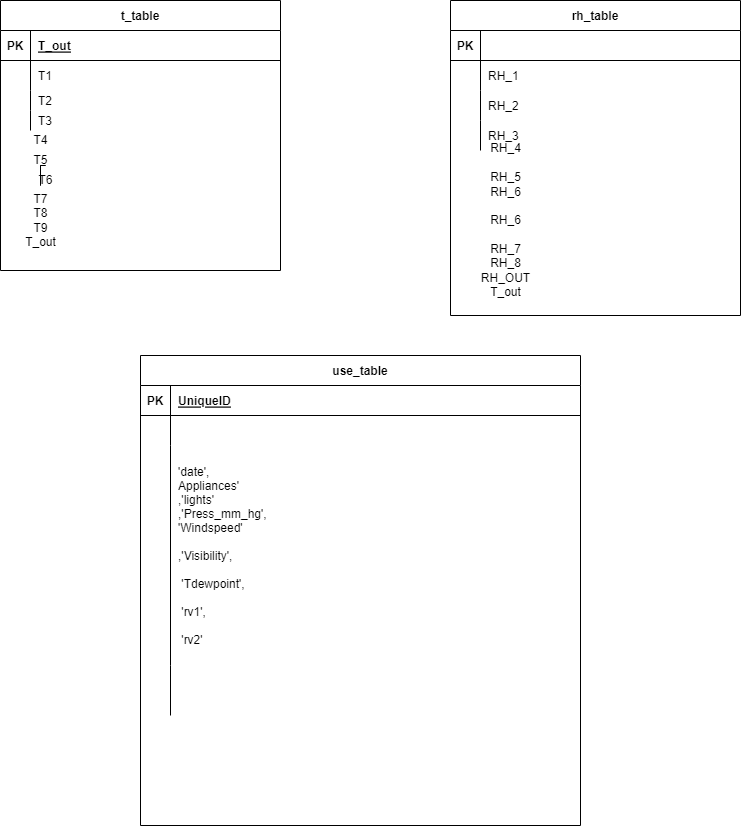
The draw.io diagram DATA MODEL AND WAREHOUSE/table_str.drawio.png in asjad895/DATA-ENGINEERING, before a commit. Source tidied: cells renumbered, new cells last; positions are measured from the earlier drawing's top-left corner, leaving out a move shared by most shapes.
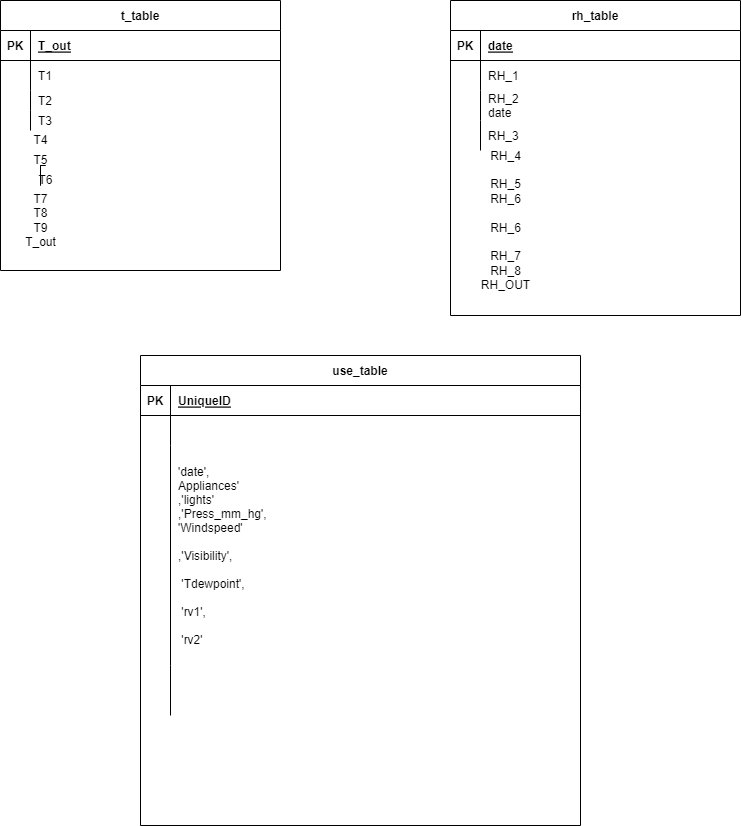
The same diagram one commit later.

The edit, as a diff of the source:
```diff
@@ -50,7 +50,7 @@
     <mxCell id="17" value="PK" style="shape=partialRectangle;fillColor=none;top=0;left=0;bottom=0;right=0;fontStyle=1;overflow=hidden;" parent="16" vertex="1">
       <mxGeometry width="30" height="30" as="geometry" />
     </mxCell>
-    <mxCell id="18" style="shape=partialRectangle;fillColor=none;top=0;left=0;bottom=0;right=0;align=left;spacingLeft=6;fontStyle=5;overflow=hidden;" parent="16" vertex="1">
+    <mxCell id="18" value="date" style="shape=partialRectangle;fillColor=none;top=0;left=0;bottom=0;right=0;align=left;spacingLeft=6;fontStyle=5;overflow=hidden;" parent="16" vertex="1">
       <mxGeometry x="30" width="260" height="30" as="geometry" />
     </mxCell>
     <mxCell id="19" style="shape=tableRow;horizontal=0;startSize=0;swimlaneHead=0;swimlaneBody=0;fillColor=none;top=0;left=0;right=0;bottom=0;" parent="15" vertex="1">
@@ -68,7 +68,7 @@
     <mxCell id="23" style="shape=partialRectangle;fillColor=none;top=0;left=0;bottom=0;right=0;overflow=hidden;" parent="22" vertex="1">
       <mxGeometry width="30" height="30" as="geometry" />
     </mxCell>
-    <mxCell id="24" value="RH_2" style="shape=partialRectangle;fillColor=none;top=0;left=0;bottom=0;right=0;align=left;spacingLeft=6;overflow=hidden;" parent="22" vertex="1">
+    <mxCell id="24" value="RH_2&#10;date" style="shape=partialRectangle;fillColor=none;top=0;left=0;bottom=0;right=0;align=left;spacingLeft=6;overflow=hidden;" parent="22" vertex="1">
       <mxGeometry x="30" width="260" height="30" as="geometry" />
     </mxCell>
     <mxCell id="25" style="shape=tableRow;horizontal=0;startSize=0;swimlaneHead=0;swimlaneBody=0;fillColor=none;top=0;left=0;right=0;bottom=0;" parent="15" vertex="1">
@@ -128,8 +128,8 @@
     <mxCell id="43" value="T7&lt;br&gt;T8&lt;br&gt;T9&lt;br&gt;T_out" style="text;html=1;align=center;verticalAlign=middle;points=[];strokeColor=none;fillColor=none;" parent="1" vertex="1">
       <mxGeometry x="15" y="185" width="50" height="70" as="geometry" />
     </mxCell>
-    <mxCell id="44" value="RH_4&lt;br&gt;&lt;br&gt;RH_5&lt;br&gt;RH_6&lt;br&gt;&lt;br&gt;RH_6&lt;br&gt;&lt;br&gt;RH_7&lt;br&gt;RH_8&lt;br&gt;RH_OUT&lt;br&gt;T_out" style="text;html=1;align=center;verticalAlign=middle;strokeColor=none;fillColor=none;" parent="1" vertex="1">
-      <mxGeometry x="470" y="135" width="70" height="170" as="geometry" />
+    <mxCell id="44" value="RH_4&lt;br&gt;&lt;br&gt;RH_5&lt;br&gt;RH_6&lt;br&gt;&lt;br&gt;RH_6&lt;br&gt;&lt;br&gt;RH_7&lt;br&gt;RH_8&lt;br&gt;RH_OUT" style="text;html=1;align=center;verticalAlign=middle;strokeColor=none;fillColor=none;" parent="1" vertex="1">
+      <mxGeometry x="470" y="140" width="70" height="160" as="geometry" />
     </mxCell>
     <mxCell id="45" style="edgeStyle=orthogonalEdgeStyle;rounded=0;jettySize=auto;html=1;endArrow=none;" parent="1" edge="1" source="43" target="47">
       <mxGeometry relative="1" as="geometry" />
```
